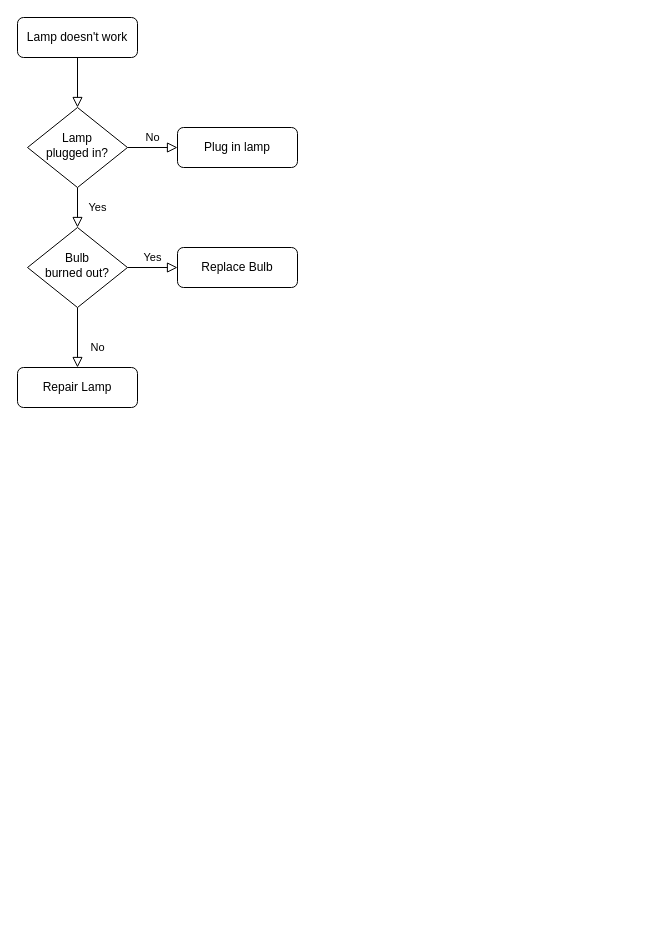
Earlier version of the draw.io diagram A1-activity-diagrams.drawio (naqeebali-shamsi/String-to-Color). Source tidied: cells renumbered, new cells numbered last; positions are measured from the earlier drawing's top-left corner, leaving out a move shared by most shapes. Both pictures are drawn from the tidied source at 100%, with x=0, y=0 at pixel (17, 17).
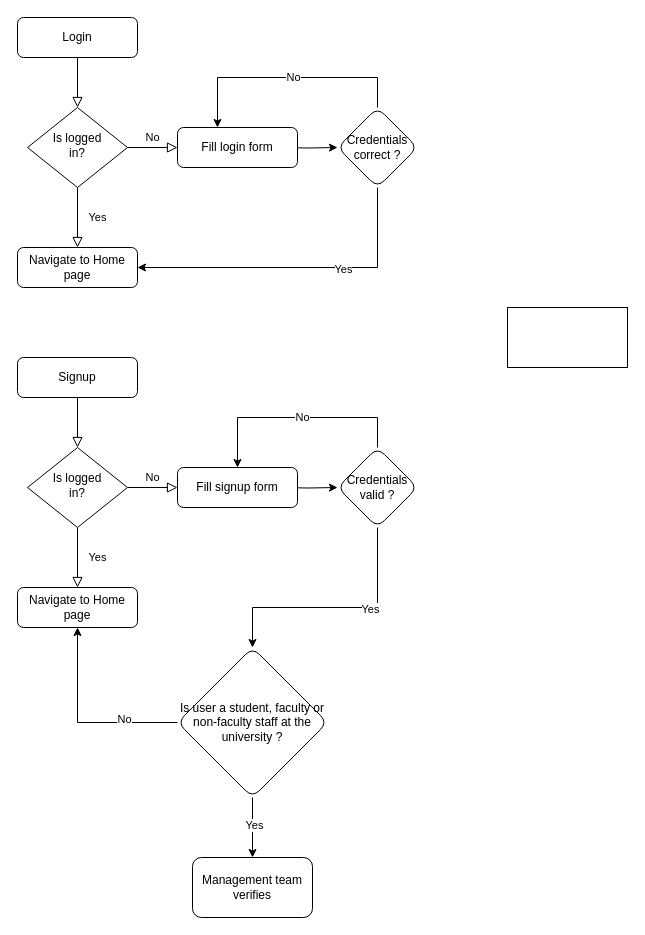
The same page after the edit.

What changed in the source:
```diff
@@
-    <mxCell id="3" value="Lamp doesn't work" style="rounded=1;whiteSpace=wrap;html=1;fontSize=12;glass=0;strokeWidth=1;shadow=0;" parent="1" vertex="1">
+    <mxCell id="3" value="Login" style="rounded=1;whiteSpace=wrap;html=1;fontSize=12;glass=0;strokeWidth=1;shadow=0;" parent="1" vertex="1">
       <mxGeometry width="120" height="40" as="geometry" />
     </mxCell>
-    <mxCell id="4" value="Yes" style="rounded=0;html=1;jettySize=auto;fontSize=11;endArrow=block;endFill=0;endSize=8;strokeWidth=1;shadow=0;labelBackgroundColor=none;edgeStyle=orthogonalEdgeStyle;" parent="1" edge="1" source="6" target="10">
+    <mxCell id="4" value="Yes" style="rounded=0;html=1;jettySize=auto;fontSize=11;endArrow=block;endFill=0;endSize=8;strokeWidth=1;shadow=0;labelBackgroundColor=none;edgeStyle=orthogonalEdgeStyle;entryX=0.5;entryY=0;entryDx=0;entryDy=0;" parent="1" edge="1" source="6" target="14">
       <mxGeometry y="20" relative="1" as="geometry" />
     </mxCell>
@@
-    <mxCell id="6" value="Lamp&lt;br&gt;plugged in?" style="rhombus;whiteSpace=wrap;html=1;shadow=0;fontFamily=Helvetica;fontSize=12;align=center;strokeWidth=1;spacing=6;spacingTop=-4;" parent="1" vertex="1">
+    <mxCell id="6" value="Is logged&lt;br&gt;in?" style="rhombus;whiteSpace=wrap;html=1;shadow=0;fontFamily=Helvetica;fontSize=12;align=center;strokeWidth=1;spacing=6;spacingTop=-4;" parent="1" vertex="1">
       <mxGeometry x="10" y="90" width="100" height="80" as="geometry" />
     </mxCell>
+    <mxCell id="13" style="edgeStyle=orthogonalEdgeStyle;rounded=0;jettySize=auto;html=1;" parent="1" edge="1" target="19">
+      <mxGeometry relative="1" as="geometry">
+        <mxPoint x="260" y="130" as="sourcePoint" />
+      </mxGeometry>
+    </mxCell>
-    <mxCell id="7" value="Plug in lamp" style="rounded=1;whiteSpace=wrap;html=1;fontSize=12;glass=0;strokeWidth=1;shadow=0;" parent="1" vertex="1">
+    <mxCell id="7" value="Fill login form" style="rounded=1;whiteSpace=wrap;html=1;fontSize=12;glass=0;strokeWidth=1;shadow=0;" parent="1" vertex="1">
       <mxGeometry x="160" y="110" width="120" height="40" as="geometry" />
     </mxCell>
-    <mxCell id="8" value="No" style="rounded=0;html=1;jettySize=auto;fontSize=11;endArrow=block;endFill=0;endSize=8;strokeWidth=1;shadow=0;labelBackgroundColor=none;edgeStyle=orthogonalEdgeStyle;" parent="1" edge="1" source="10" target="11">
-      <mxGeometry x="0.33" y="20" relative="1" as="geometry" />
-    </mxCell>
-    <mxCell id="9" value="Yes" style="edgeStyle=orthogonalEdgeStyle;rounded=0;html=1;jettySize=auto;fontSize=11;endArrow=block;endFill=0;endSize=8;strokeWidth=1;shadow=0;labelBackgroundColor=none;" parent="1" edge="1" source="10" target="12">
-      <mxGeometry y="10" relative="1" as="geometry" />
-    </mxCell>
-    <mxCell id="10" value="Bulb&lt;br&gt;burned out?" style="rhombus;whiteSpace=wrap;html=1;shadow=0;fontFamily=Helvetica;fontSize=12;align=center;strokeWidth=1;spacing=6;spacingTop=-4;" parent="1" vertex="1">
-      <mxGeometry x="10" y="210" width="100" height="80" as="geometry" />
-    </mxCell>
-    <mxCell id="11" value="Repair Lamp" style="rounded=1;whiteSpace=wrap;html=1;fontSize=12;glass=0;strokeWidth=1;shadow=0;" parent="1" vertex="1">
-      <mxGeometry y="350" width="120" height="40" as="geometry" />
-    </mxCell>
-    <mxCell id="12" value="Replace Bulb" style="rounded=1;whiteSpace=wrap;html=1;fontSize=12;glass=0;strokeWidth=1;shadow=0;" parent="1" vertex="1">
-      <mxGeometry x="160" y="230" width="120" height="40" as="geometry" />
-    </mxCell>
+    <mxCell id="14" value="Navigate to Home page" style="rounded=1;whiteSpace=wrap;html=1;fontSize=12;glass=0;strokeWidth=1;shadow=0;" parent="1" vertex="1">
+      <mxGeometry y="230" width="120" height="40" as="geometry" />
+    </mxCell>
+    <mxCell id="15" style="edgeStyle=orthogonalEdgeStyle;rounded=0;jettySize=auto;html=1;entryX=1;entryY=0.5;entryDx=0;entryDy=0;" parent="1" edge="1" source="19" target="14">
+      <mxGeometry relative="1" as="geometry">
+        <Array as="points">
+          <mxPoint x="360" y="250" />
+        </Array>
+      </mxGeometry>
+    </mxCell>
+    <mxCell id="16" value="Yes" style="edgeLabel;html=1;align=center;verticalAlign=middle;" parent="15" vertex="1">
+      <mxGeometry x="-0.28" y="1" relative="1" as="geometry" />
+    </mxCell>
+    <mxCell id="17" style="edgeStyle=orthogonalEdgeStyle;rounded=0;jettySize=auto;html=1;entryX=0.5;entryY=0;entryDx=0;entryDy=0;" parent="1" edge="1" source="19">
+      <mxGeometry relative="1" as="geometry">
+        <mxPoint x="200" y="110" as="targetPoint" />
+        <Array as="points">
+          <mxPoint x="360" y="60" />
+          <mxPoint x="200" y="60" />
+        </Array>
+      </mxGeometry>
+    </mxCell>
+    <mxCell id="18" value="No" style="edgeLabel;html=1;align=center;verticalAlign=middle;" parent="17" vertex="1">
+      <mxGeometry x="-0.04" y="-1" relative="1" as="geometry" />
+    </mxCell>
+    <mxCell id="19" value="Credentials&lt;br&gt;correct ?" style="rhombus;whiteSpace=wrap;html=1;rounded=1;glass=0;strokeWidth=1;shadow=0;" parent="1" vertex="1">
+      <mxGeometry x="320" y="90" width="80" height="80" as="geometry" />
+    </mxCell>
+    <mxCell id="20" style="rounded=0;html=1;jettySize=auto;fontSize=11;endArrow=block;endFill=0;endSize=8;strokeWidth=1;shadow=0;labelBackgroundColor=none;edgeStyle=orthogonalEdgeStyle;" parent="1" edge="1" source="21" target="24">
+      <mxGeometry relative="1" as="geometry" />
+    </mxCell>
+    <mxCell id="21" value="Signup" style="rounded=1;whiteSpace=wrap;html=1;fontSize=12;glass=0;strokeWidth=1;shadow=0;" parent="1" vertex="1">
+      <mxGeometry y="340" width="120" height="40" as="geometry" />
+    </mxCell>
+    <mxCell id="22" value="Yes" style="rounded=0;html=1;jettySize=auto;fontSize=11;endArrow=block;endFill=0;endSize=8;strokeWidth=1;shadow=0;labelBackgroundColor=none;edgeStyle=orthogonalEdgeStyle;entryX=0.5;entryY=0;entryDx=0;entryDy=0;" parent="1" edge="1" source="24" target="27">
+      <mxGeometry y="20" relative="1" as="geometry" />
+    </mxCell>
+    <mxCell id="23" value="No" style="edgeStyle=orthogonalEdgeStyle;rounded=0;html=1;jettySize=auto;fontSize=11;endArrow=block;endFill=0;endSize=8;strokeWidth=1;shadow=0;labelBackgroundColor=none;" parent="1" edge="1" source="24" target="26">
+      <mxGeometry y="10" relative="1" as="geometry" />
+    </mxCell>
+    <mxCell id="24" value="Is logged&lt;br&gt;in?" style="rhombus;whiteSpace=wrap;html=1;shadow=0;fontFamily=Helvetica;fontSize=12;align=center;strokeWidth=1;spacing=6;spacingTop=-4;" parent="1" vertex="1">
+      <mxGeometry x="10" y="430" width="100" height="80" as="geometry" />
+    </mxCell>
+    <mxCell id="25" style="edgeStyle=orthogonalEdgeStyle;rounded=0;jettySize=auto;html=1;" parent="1" edge="1" target="32">
+      <mxGeometry relative="1" as="geometry">
+        <mxPoint x="260" y="470" as="sourcePoint" />
+      </mxGeometry>
+    </mxCell>
+    <mxCell id="26" value="Fill signup form" style="rounded=1;whiteSpace=wrap;html=1;fontSize=12;glass=0;strokeWidth=1;shadow=0;" parent="1" vertex="1">
+      <mxGeometry x="160" y="450" width="120" height="40" as="geometry" />
+    </mxCell>
+    <mxCell id="27" value="Navigate to Home page" style="rounded=1;whiteSpace=wrap;html=1;fontSize=12;glass=0;strokeWidth=1;shadow=0;" parent="1" vertex="1">
+      <mxGeometry y="570" width="120" height="40" as="geometry" />
+    </mxCell>
+    <mxCell id="28" style="edgeStyle=orthogonalEdgeStyle;rounded=0;jettySize=auto;html=1;entryX=0.5;entryY=0;entryDx=0;entryDy=0;" parent="1" edge="1" source="32" target="37">
+      <mxGeometry relative="1" as="geometry">
+        <Array as="points">
+          <mxPoint x="360" y="590" />
+          <mxPoint x="235" y="590" />
+        </Array>
+      </mxGeometry>
+    </mxCell>
+    <mxCell id="29" value="Yes" style="edgeLabel;html=1;align=center;verticalAlign=middle;" parent="28" vertex="1">
+      <mxGeometry x="-0.28" y="1" relative="1" as="geometry" />
+    </mxCell>
+    <mxCell id="30" style="edgeStyle=orthogonalEdgeStyle;rounded=0;jettySize=auto;html=1;entryX=0.5;entryY=0;entryDx=0;entryDy=0;" parent="1" edge="1" source="32" target="26">
+      <mxGeometry relative="1" as="geometry">
+        <Array as="points">
+          <mxPoint x="360" y="400" />
+          <mxPoint x="220" y="400" />
+        </Array>
+      </mxGeometry>
+    </mxCell>
+    <mxCell id="31" value="No" style="edgeLabel;html=1;align=center;verticalAlign=middle;" parent="30" vertex="1">
+      <mxGeometry x="-0.04" y="-1" relative="1" as="geometry" />
+    </mxCell>
+    <mxCell id="32" value="Credentials&lt;br&gt;valid ?" style="rhombus;whiteSpace=wrap;html=1;rounded=1;glass=0;strokeWidth=1;shadow=0;" parent="1" vertex="1">
+      <mxGeometry x="320" y="430" width="80" height="80" as="geometry" />
+    </mxCell>
+    <mxCell id="33" style="edgeStyle=orthogonalEdgeStyle;rounded=0;jettySize=auto;html=1;" parent="1" edge="1" source="37" target="38">
+      <mxGeometry relative="1" as="geometry" />
+    </mxCell>
+    <mxCell id="34" value="Yes" style="edgeLabel;html=1;align=center;verticalAlign=middle;" parent="33" vertex="1">
+      <mxGeometry x="-0.09" y="1" relative="1" as="geometry" />
+    </mxCell>
+    <mxCell id="35" style="edgeStyle=orthogonalEdgeStyle;rounded=0;jettySize=auto;html=1;entryX=0.5;entryY=1;entryDx=0;entryDy=0;" parent="1" edge="1" source="37" target="27">
+      <mxGeometry relative="1" as="geometry" />
+    </mxCell>
+    <mxCell id="36" value="No" style="edgeLabel;html=1;align=center;verticalAlign=middle;" parent="35" vertex="1">
+      <mxGeometry x="-0.45" y="-4" relative="1" as="geometry" />
+    </mxCell>
+    <mxCell id="37" value="Is user a student, faculty or non-faculty staff at the university ?" style="rhombus;whiteSpace=wrap;html=1;rounded=1;glass=0;strokeWidth=1;shadow=0;" parent="1" vertex="1">
+      <mxGeometry x="160" y="630" width="150" height="150" as="geometry" />
+    </mxCell>
+    <mxCell id="38" value="Management team verifies" style="rounded=1;whiteSpace=wrap;html=1;" parent="1" vertex="1">
+      <mxGeometry x="175" y="840" width="120" height="60" as="geometry" />
+    </mxCell>
+    <mxCell id="39" style="rounded=0;whiteSpace=wrap;html=1;" parent="1" vertex="1">
+      <mxGeometry x="490" y="290" width="120" height="60" as="geometry" />
+    </mxCell>
```
